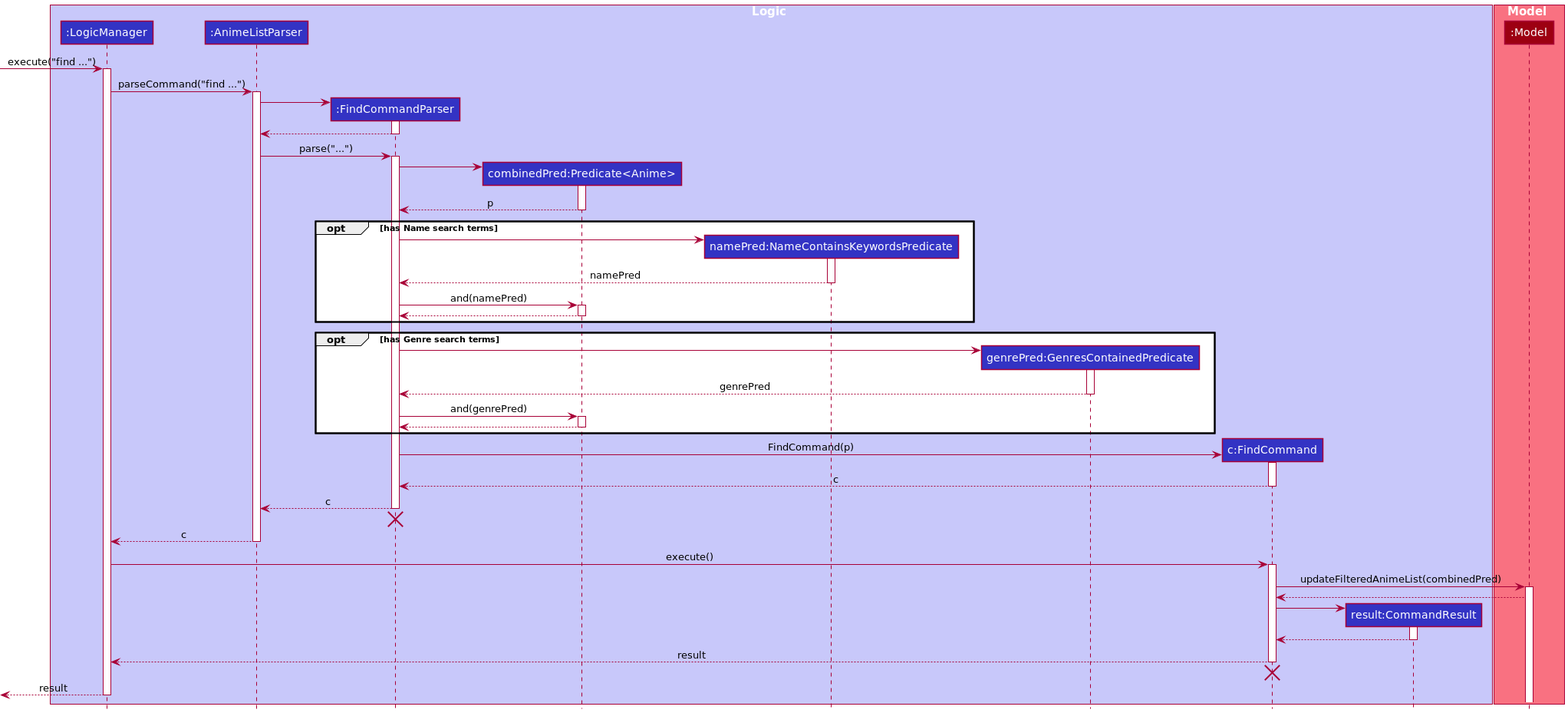
nus-cs2103-AY2122S1/tp keeps this PlantUML diagram as docs/images/FindSequenceDiagram.png. Above is the earlier version.
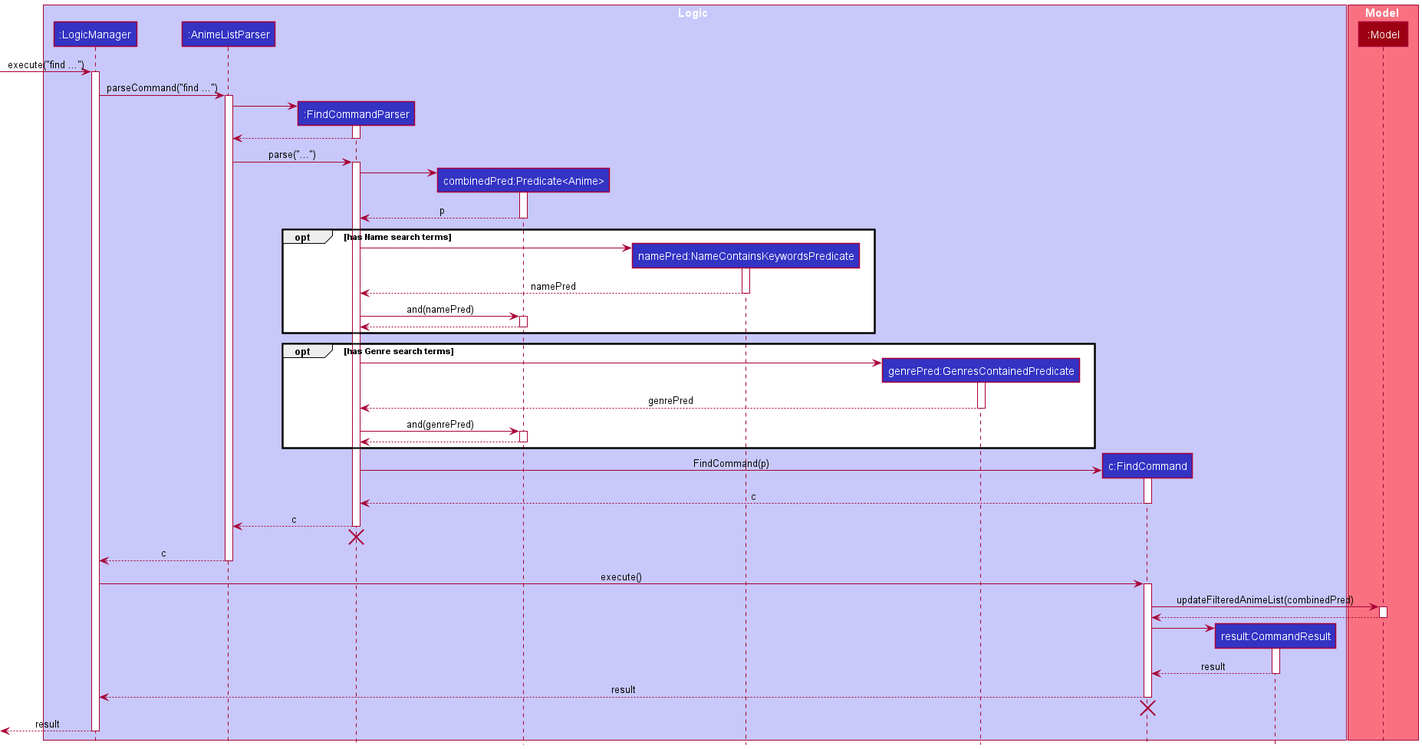
The same diagram one commit later.

Diff of the diagram source:
```diff
@@ -85,12 +85,13 @@
 FindCommand -> Model : updateFilteredAnimeList(combinedPred)
 activate Model
 Model --> FindCommand
+deactivate Model
 
 create CommandResult
 FindCommand -> CommandResult
 activate CommandResult
 
-CommandResult --> FindCommand
+CommandResult --> FindCommand : result
 deactivate CommandResult
 
 FindCommand --> LogicManager : result
```
